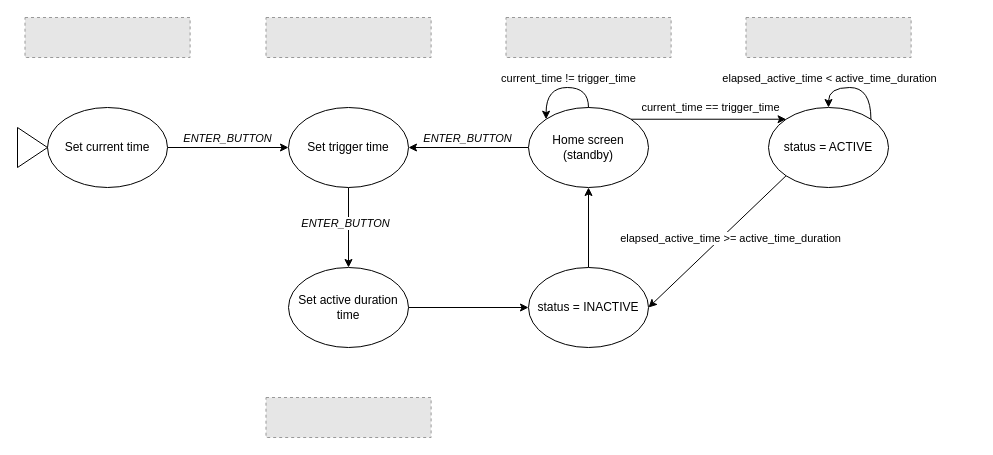
The draw.io diagram state-machine.drawio in teofilosalgado/irrigation-system, before the edit. Source tidied: cells renumbered, new cells numbered last; positions are measured from the earlier drawing's top-left corner, leaving out a move shared by most shapes. Both pictures are drawn from the tidied source at 100%, with x=0, y=0 at pixel (17, 17). Pictures stored in the file or linked from it are replaced by grey dashed boxes.
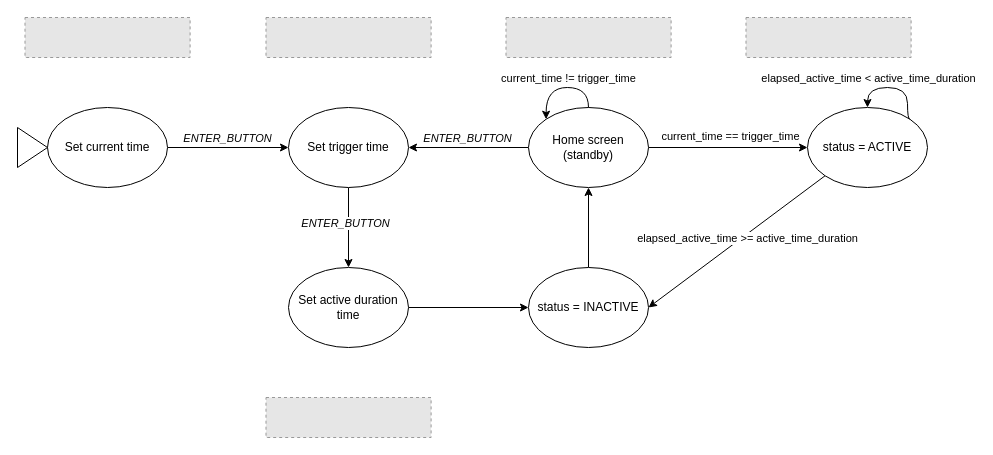
The same diagram, later.

Commit message (it also covers changes not shown here):
State machine update.

The change refers to these unchanged cells:
```xml
<mxCell id="15" value="Home screen (standby)" style="ellipse;whiteSpace=wrap;html=1;" parent="1" vertex="1">
  <mxGeometry x="511" y="90" width="120" height="80" as="geometry" />
</mxCell>
```

What changed in the source:
```diff
@@
-    <mxCell id="13" style="edgeStyle=orthogonalEdgeStyle;rounded=0;jettySize=auto;html=1;exitX=1;exitY=0;exitDx=0;exitDy=0;entryX=0;entryY=0;entryDx=0;entryDy=0;" parent="1" edge="1" source="15" target="18">
+    <mxCell id="13" style="edgeStyle=orthogonalEdgeStyle;rounded=0;jettySize=auto;html=1;exitX=1;exitY=0.5;exitDx=0;exitDy=0;entryX=0;entryY=0.5;entryDx=0;entryDy=0;" parent="1" edge="1" source="15" target="18">
       <mxGeometry relative="1" as="geometry" />
     </mxCell>
@@
     <mxCell id="18" value="status = ACTIVE" style="ellipse;whiteSpace=wrap;html=1;" parent="1" vertex="1">
-      <mxGeometry x="751" y="90" width="120" height="80" as="geometry" />
+      <mxGeometry x="790" y="90" width="120" height="80" as="geometry" />
     </mxCell>
@@
     <mxCell id="28" style="edgeStyle=orthogonalEdgeStyle;rounded=0;orthogonalLoop=1;jettySize=auto;html=1;exitX=1;exitY=0;exitDx=0;exitDy=0;entryX=0.5;entryY=0;entryDx=0;entryDy=0;curved=1;" parent="1" edge="1" source="18" target="18">
       <mxGeometry relative="1" as="geometry">
         <Array as="points">
-          <mxPoint x="853" y="70" />
-          <mxPoint x="811" y="70" />
+          <mxPoint x="890" y="102" />
+          <mxPoint x="890" y="70" />
+          <mxPoint x="850" y="70" />
         </Array>
       </mxGeometry>
     </mxCell>
```
